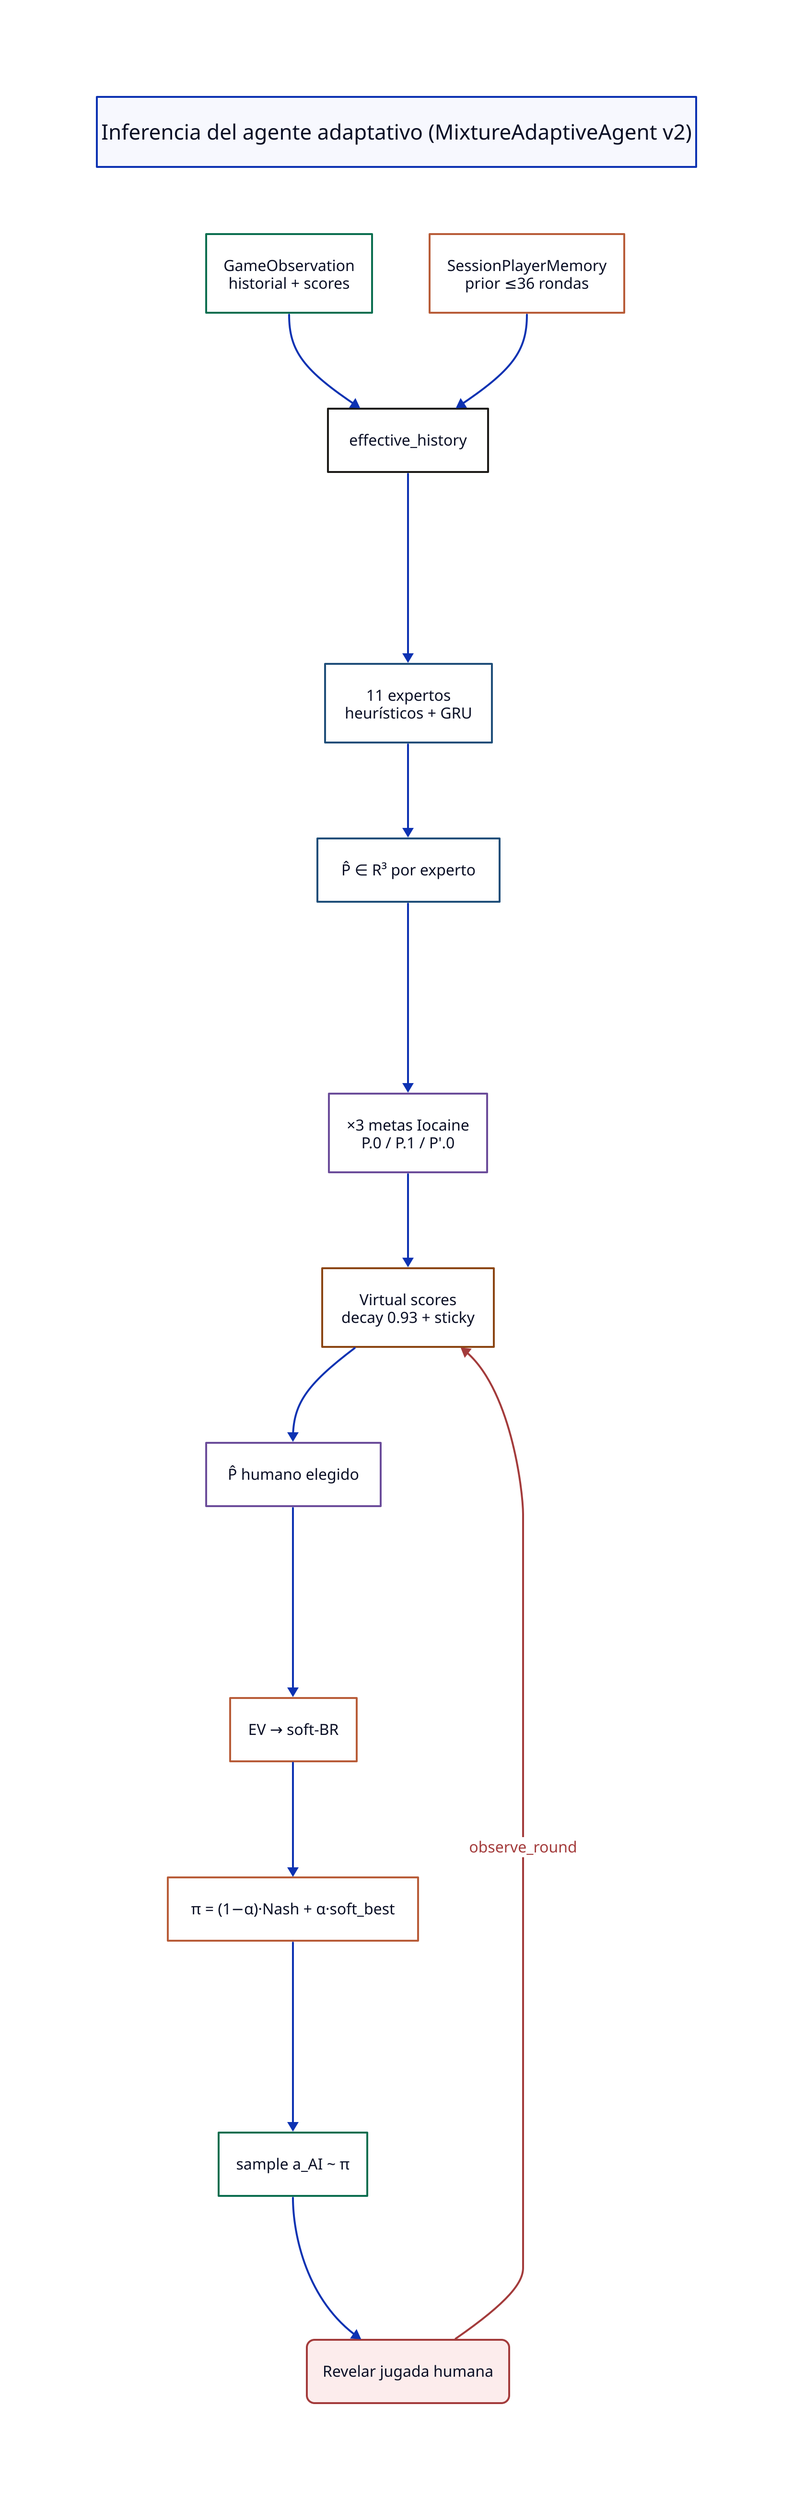
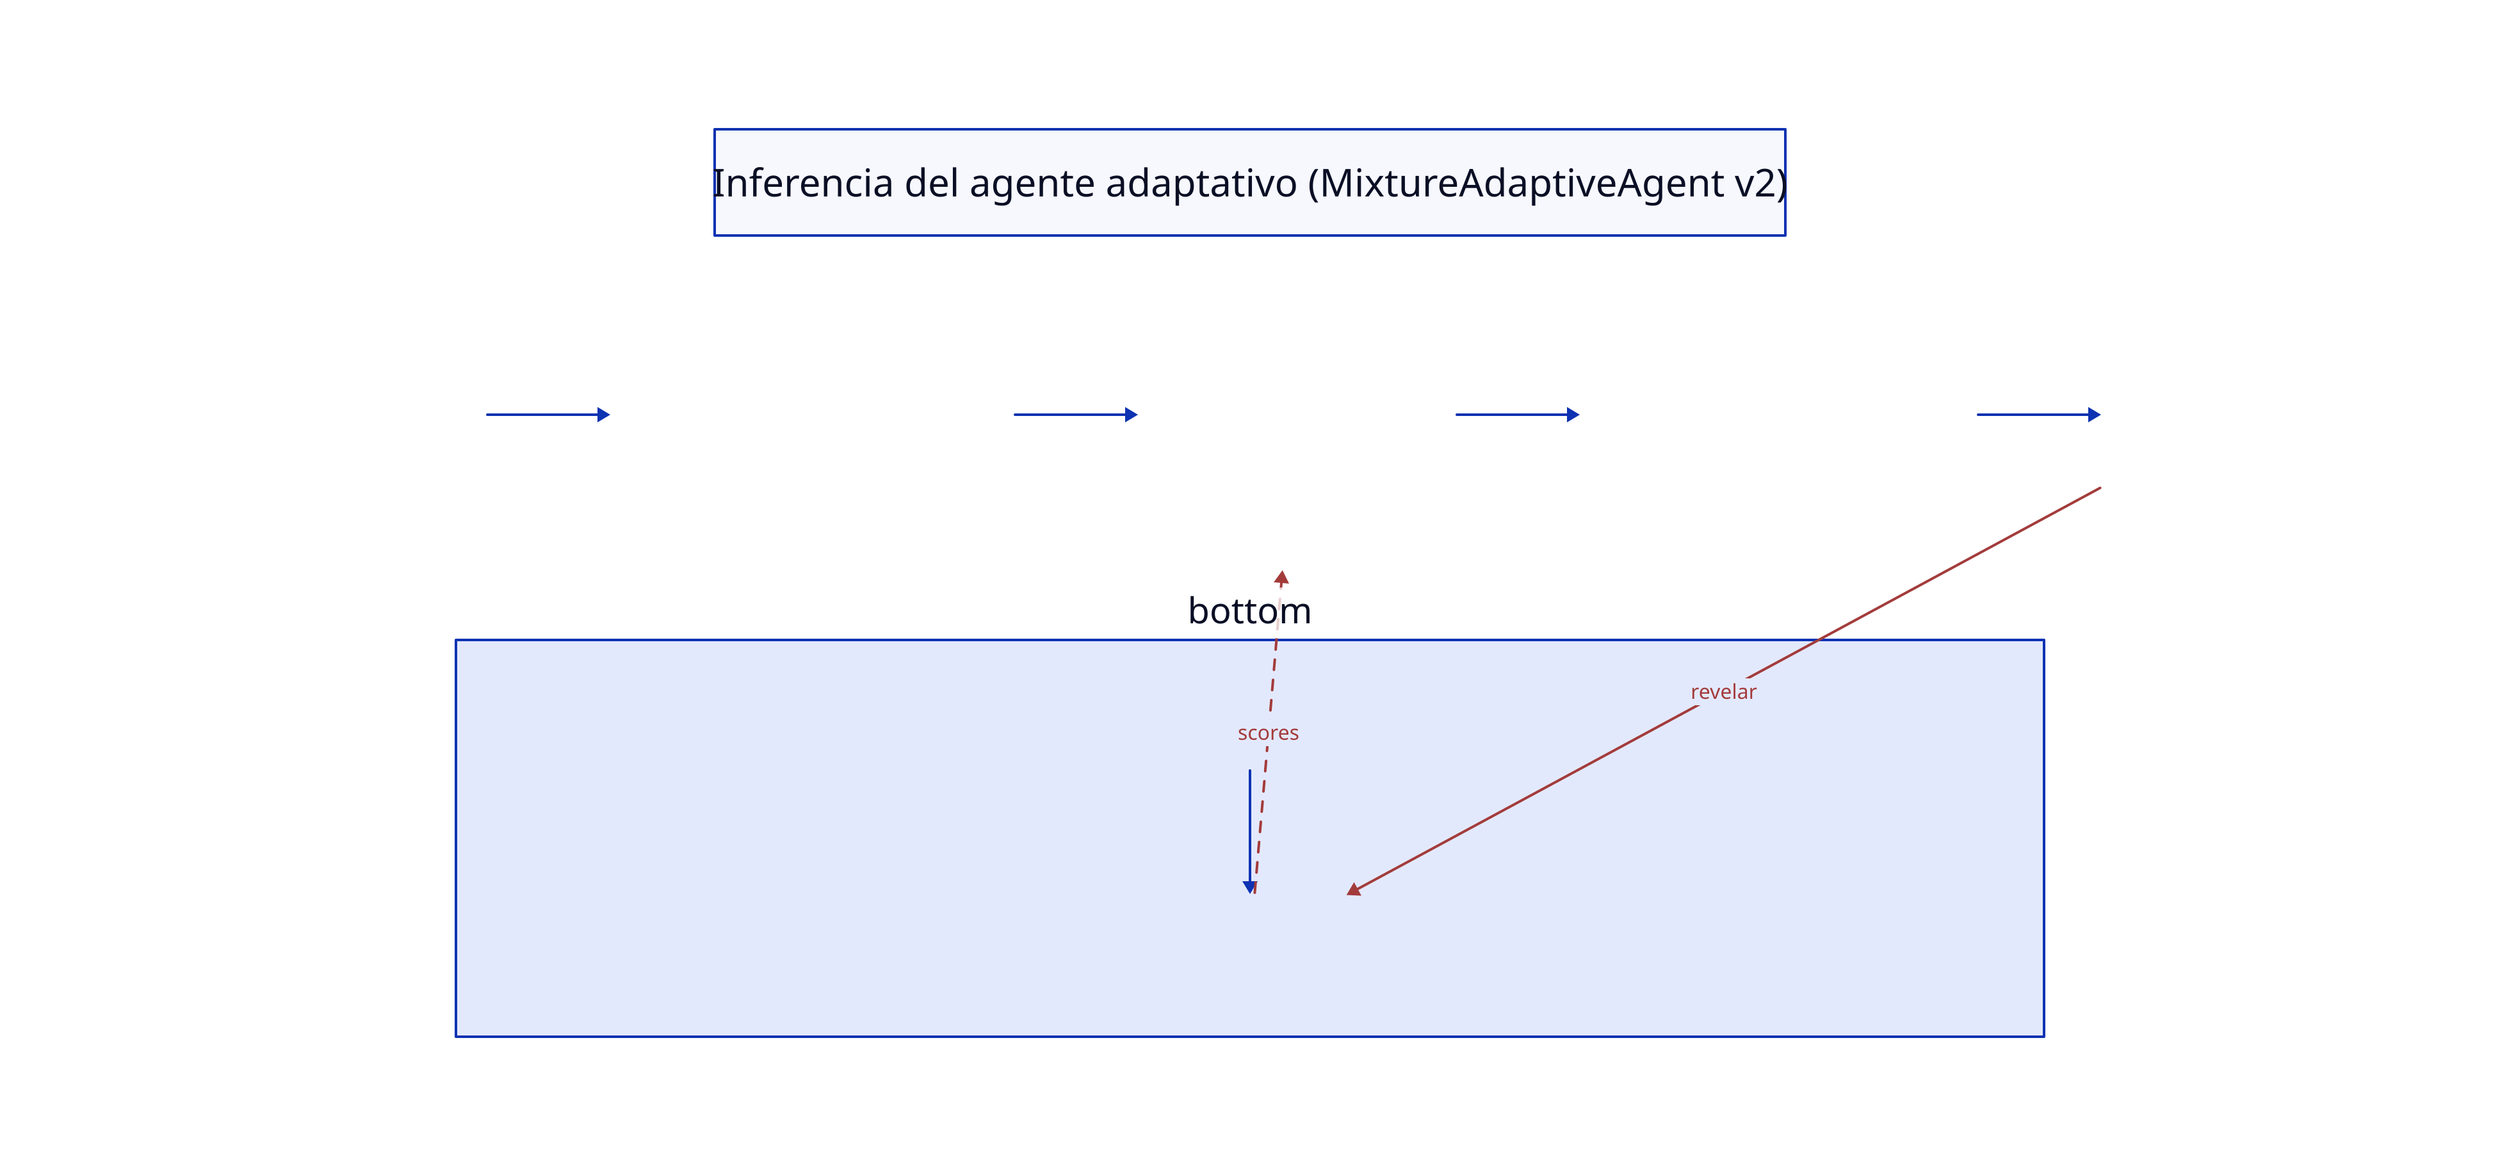
- # MixtureAdaptiveAgent v2 — pipeline de inferencia
- direction: down
+ # MixtureAdaptiveAgent v2 — horizontal rectangular ~2:1
+ direction: right

title: {
  label: "Inferencia del agente adaptativo (MixtureAdaptiveAgent v2)"
  near: top-center
-   style: {
-     font-size: 22
-     bold: true
-   }
+   style.font-size: 30
+   style.bold: true
}

observe: |md
  **1. Observar**
+ 
+   Historial + sesión
+   → effective_history
| {
+   width: 210
+   height: 240
  style: {
    fill: "#E8F5EF"
    stroke: "#0B6E4F"
-     border-radius: 8
+     stroke-width: 3
+     border-radius: 12
+     font-size: 18
  }
- 
-   Obs: "GameObservation\nhistorial + scores" {
-     style: {fill: "#FFFFFF"; stroke: "#0B6E4F"}
-   }
-   Mem: "SessionPlayerMemory\nprior ≤36 rondas" {
-     style: {fill: "#FFFFFF"; stroke: "#B85C38"}
-   }
-   Hist: "effective_history" {
-     style: {fill: "#FFFFFF"; stroke: "#1C1A17"; bold: true}
-   }
- 
-   Obs -> Hist
-   Mem -> Hist
}

predict: |md
  **2. Predecir**
+ 
+   11 expertos
+   heurísticos + GRU
+   → P̂ ∈ R³
| {
+   width: 210
+   height: 240
  style: {
    fill: "#E7EEF6"
    stroke: "#1F4E79"
-     border-radius: 8
+     stroke-width: 3
+     border-radius: 12
+     font-size: 18
  }
- 
-   Exp: "11 expertos\nheurísticos + GRU" {
-     style: {fill: "#FFFFFF"; stroke: "#1F4E79"}
-   }
-   Ph: "P̂ ∈ R³ por experto" {
-     style: {fill: "#FFFFFF"; stroke: "#1F4E79"; bold: true}
-   }
- 
-   Exp -> Ph
}

meta: |md
  **3. Meta + elegir**
+ 
+   ×3 Iocaine
+   + virtual scores
+   → P̂ humano
| {
+   width: 210
+   height: 240
  style: {
    fill: "#F3EEF8"
    stroke: "#6B4C9A"
-     border-radius: 8
+     stroke-width: 3
+     border-radius: 12
+     font-size: 18
  }
- 
-   MetaLevels: "×3 metas Iocaine\nP.0 / P.1 / P'.0" {
-     style: {fill: "#FFFFFF"; stroke: "#6B4C9A"}
-   }
-   Scores: "Virtual scores\ndecay 0.93 + sticky" {
-     style: {fill: "#FFFFFF"; stroke: "#8B4513"}
-   }
-   Chosen: "P̂ humano elegido" {
-     style: {fill: "#FFFFFF"; stroke: "#6B4C9A"; bold: true}
-   }
- 
-   MetaLevels -> Scores -> Chosen
}

policy: |md
  **4. Política**
+ 
+   soft-BR + Nash
+   π=(1−α)·U
+   +α·soft_best
| {
+   width: 230
+   height: 240
  style: {
    fill: "#FFF1E8"
    stroke: "#B85C38"
-     border-radius: 8
+     stroke-width: 3
+     border-radius: 12
+     font-size: 18
  }
- 
-   EV: "EV → soft-BR" {
-     style: {fill: "#FFFFFF"; stroke: "#B85C38"}
-   }
-   Mix: "π = (1−α)·Nash + α·soft_best" {
-     style: {fill: "#FFFFFF"; stroke: "#B85C38"; bold: true}
-   }
- 
-   EV -> Mix
}

act: |md
  **5. Actuar**
+ 
+   sample a_AI ~ π
+   → jugada AI
| {
+   width: 200
+   height: 240
  style: {
    fill: "#E8F5EF"
    stroke: "#0B6E4F"
-     border-radius: 8
-   }
- 
-   Sample: "sample a_AI ~ π" {
-     style: {fill: "#FFFFFF"; stroke: "#0B6E4F"; bold: true}
+     stroke-width: 3
+     border-radius: 12
+     font-size: 18
  }
}

- Reveal: "Revelar jugada humana" {
-   style: {
-     fill: "#FCECEC"
-     stroke: "#A33B3B"
-     border-radius: 8
+ bottom: {
+   direction: down
+   near: bottom-center
+ 
+   formula: |md
+     **π = (1 − α) · Nash + α · softmax(EV / T)**  ·  **α = α_cap · confidence**
+   | {
+     width: 1180
+     height: 70
+     style: {
+       fill: "#FFFFFF"
+       stroke: "#8B4513"
+       stroke-width: 2
+       border-radius: 10
+       font-size: 20
+       bold: true
+     }
  }
+ 
+   feedback: |md
+     **Feedback** — observe_round (±1, decay 0.93) actualiza scores / sticky tras revelar la jugada humana
+   | {
+     width: 1180
+     height: 80
+     style: {
+       fill: "#FCECEC"
+       stroke: "#A33B3B"
+       stroke-width: 3
+       border-radius: 12
+       font-size: 18
+     }
+   }
+ 
+   formula -> feedback
}

- observe.Hist -> predict.Exp
- predict.Ph -> meta.MetaLevels
- meta.Chosen -> policy.EV
- policy.Mix -> act.Sample
- act.Sample -> Reveal
- Reveal -> meta.Scores: observe_round {
+ observe -> predict -> meta -> policy -> act
+ act -> bottom.feedback: revelar {
  style: {
    stroke: "#A33B3B"
    font-color: "#A33B3B"
  }
}
+ bottom.feedback -> meta: scores {
+   style: {
+     stroke: "#A33B3B"
+     font-color: "#A33B3B"
+     stroke-dash: 4
+   }
+ }
